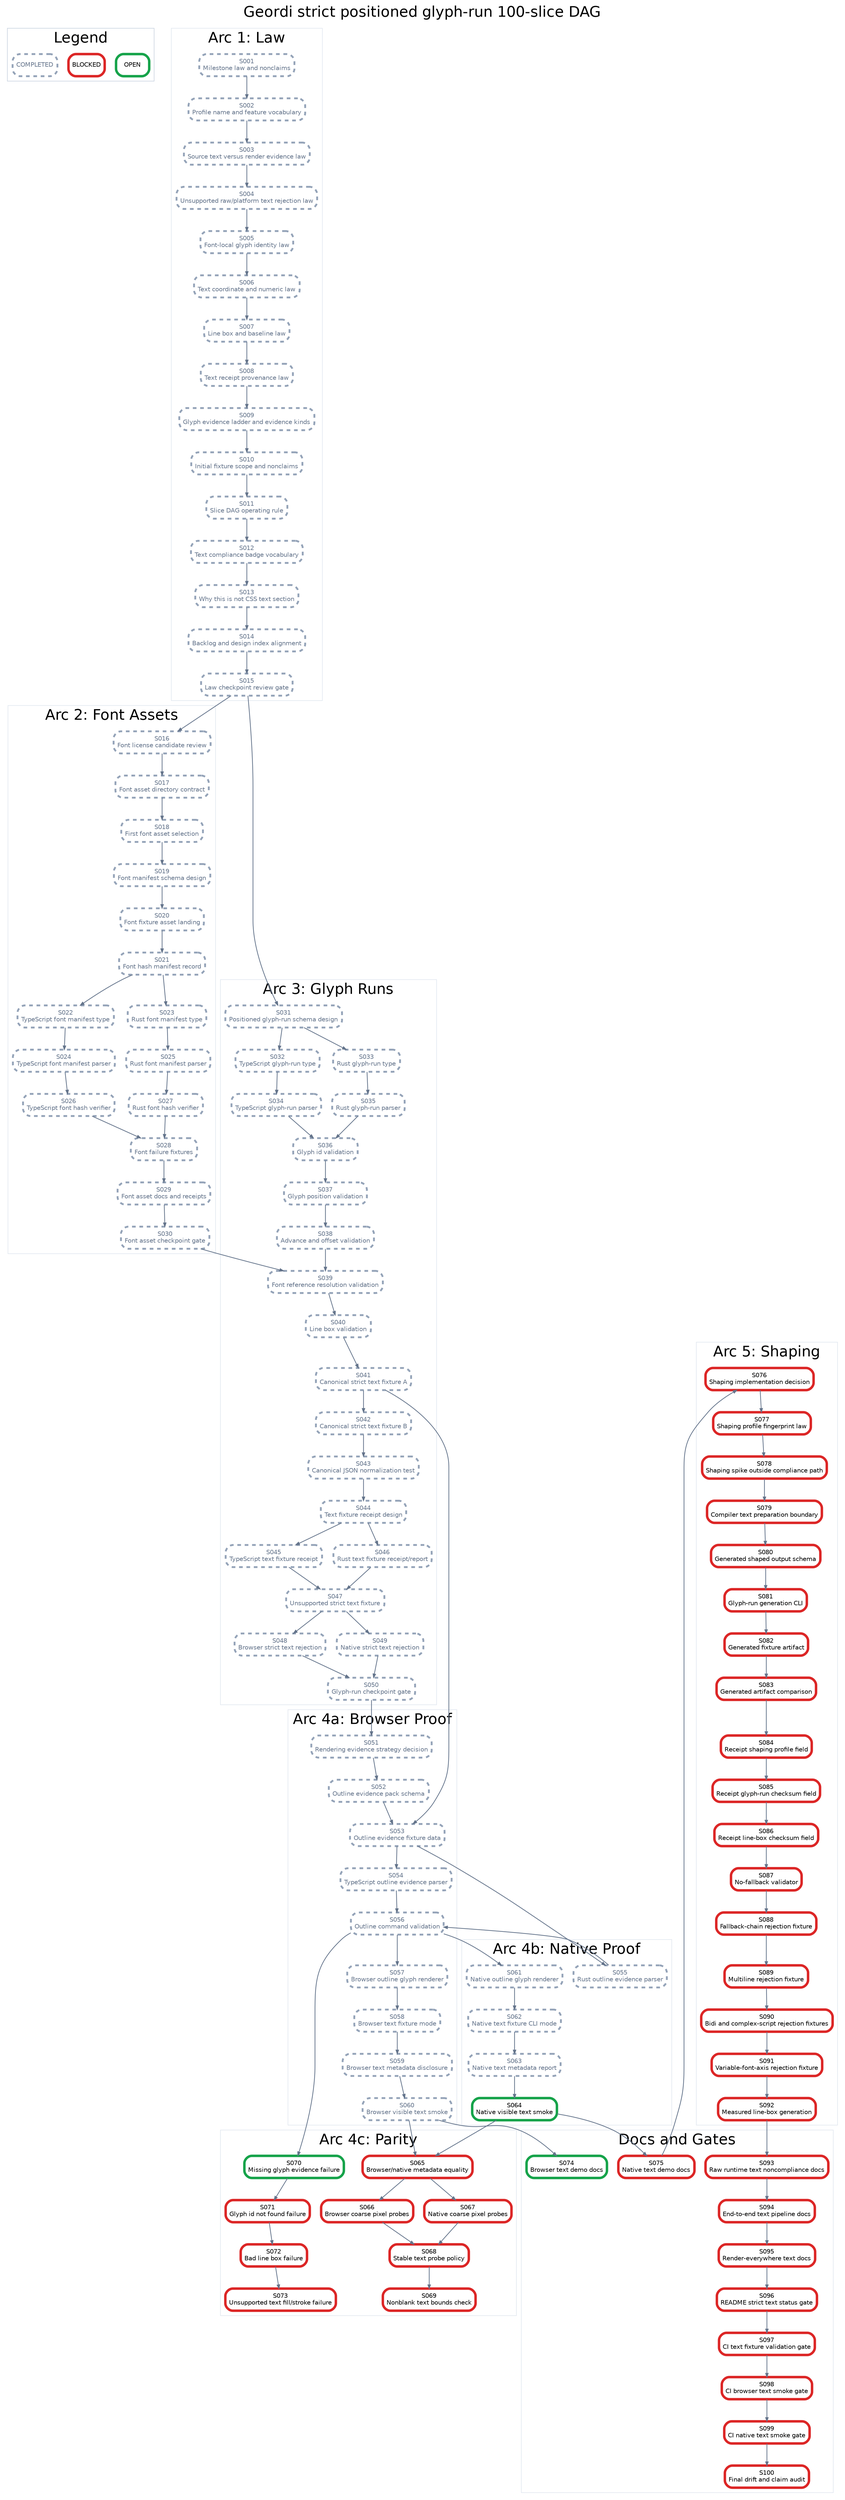
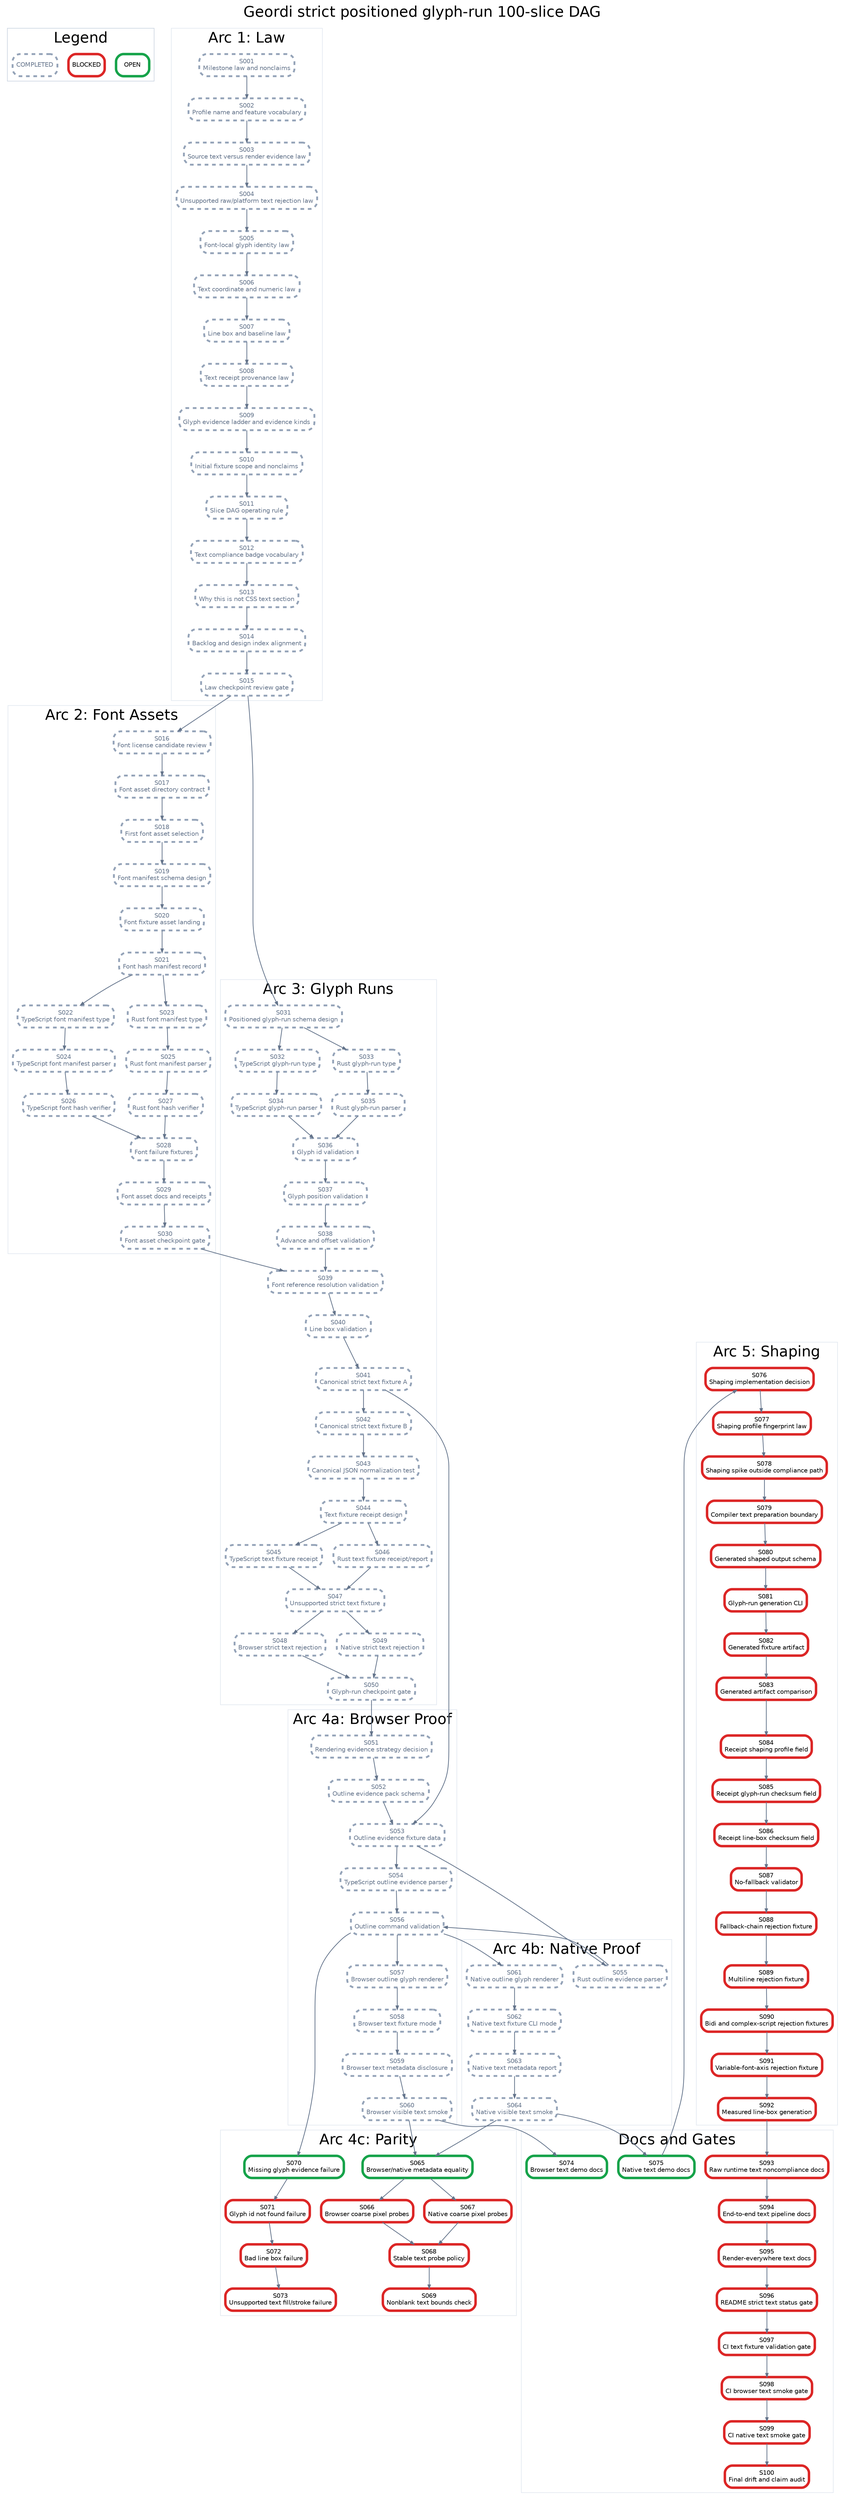
digraph StrictPositionedGlyphRunPlan {
  graph [rankdir=TB, bgcolor="white", fontname="Helvetica", label="Geordi strict positioned glyph-run 100-slice DAG", labelloc="t", fontsize=24];
  node [shape=box, style="rounded,filled", fillcolor="white", fontname="Helvetica", fontsize=10, margin="0.08,0.05"];
  edge [color="#64748b", arrowsize=0.6, penwidth=1.2];

  subgraph cluster_legend {
    label="Legend";
    color="#cbd5e1";
    legend_open [label="OPEN", color="#16a34a", penwidth=4];
    legend_blocked [label="BLOCKED", color="#dc2626", penwidth=4];
    legend_done [label="COMPLETED", color="#94a3b8", penwidth=3, style="rounded,filled,dashed", fontcolor="#64748b"];
  }

  subgraph cluster_law {
    label="Arc 1: Law";
    color="#e2e8f0";
    S001 [label="S001\nMilestone law and nonclaims", color="#94a3b8", penwidth=3, style="rounded,filled,dashed", fontcolor="#64748b"];
    S002 [label="S002\nProfile name and feature vocabulary", color="#94a3b8", penwidth=3, style="rounded,filled,dashed", fontcolor="#64748b"];
    S003 [label="S003\nSource text versus render evidence law", color="#94a3b8", penwidth=3, style="rounded,filled,dashed", fontcolor="#64748b"];
    S004 [label="S004\nUnsupported raw/platform text rejection law", color="#94a3b8", penwidth=3, style="rounded,filled,dashed", fontcolor="#64748b"];
    S005 [label="S005\nFont-local glyph identity law", color="#94a3b8", penwidth=3, style="rounded,filled,dashed", fontcolor="#64748b"];
    S006 [label="S006\nText coordinate and numeric law", color="#94a3b8", penwidth=3, style="rounded,filled,dashed", fontcolor="#64748b"];
    S007 [label="S007\nLine box and baseline law", color="#94a3b8", penwidth=3, style="rounded,filled,dashed", fontcolor="#64748b"];
    S008 [label="S008\nText receipt provenance law", color="#94a3b8", penwidth=3, style="rounded,filled,dashed", fontcolor="#64748b"];
    S009 [label="S009\nGlyph evidence ladder and evidence kinds", color="#94a3b8", penwidth=3, style="rounded,filled,dashed", fontcolor="#64748b"];
    S010 [label="S010\nInitial fixture scope and nonclaims", color="#94a3b8", penwidth=3, style="rounded,filled,dashed", fontcolor="#64748b"];
    S011 [label="S011\nSlice DAG operating rule", color="#94a3b8", penwidth=3, style="rounded,filled,dashed", fontcolor="#64748b"];
    S012 [label="S012\nText compliance badge vocabulary", color="#94a3b8", penwidth=3, style="rounded,filled,dashed", fontcolor="#64748b"];
    S013 [label="S013\nWhy this is not CSS text section", color="#94a3b8", penwidth=3, style="rounded,filled,dashed", fontcolor="#64748b"];
    S014 [label="S014\nBacklog and design index alignment", color="#94a3b8", penwidth=3, style="rounded,filled,dashed", fontcolor="#64748b"];
    S015 [label="S015\nLaw checkpoint review gate", color="#94a3b8", penwidth=3, style="rounded,filled,dashed", fontcolor="#64748b"];
  }

  subgraph cluster_assets {
    label="Arc 2: Font Assets";
    color="#e2e8f0";
    S016 [label="S016\nFont license candidate review", color="#94a3b8", penwidth=3, style="rounded,filled,dashed", fontcolor="#64748b"];
    S017 [label="S017\nFont asset directory contract", color="#94a3b8", penwidth=3, style="rounded,filled,dashed", fontcolor="#64748b"];
    S018 [label="S018\nFirst font asset selection", color="#94a3b8", penwidth=3, style="rounded,filled,dashed", fontcolor="#64748b"];
    S019 [label="S019\nFont manifest schema design", color="#94a3b8", penwidth=3, style="rounded,filled,dashed", fontcolor="#64748b"];
    S020 [label="S020\nFont fixture asset landing", color="#94a3b8", penwidth=3, style="rounded,filled,dashed", fontcolor="#64748b"];
    S021 [label="S021\nFont hash manifest record", color="#94a3b8", penwidth=3, style="rounded,filled,dashed", fontcolor="#64748b"];
    S022 [label="S022\nTypeScript font manifest type", color="#94a3b8", penwidth=3, style="rounded,filled,dashed", fontcolor="#64748b"];
    S023 [label="S023\nRust font manifest type", color="#94a3b8", penwidth=3, style="rounded,filled,dashed", fontcolor="#64748b"];
    S024 [label="S024\nTypeScript font manifest parser", color="#94a3b8", penwidth=3, style="rounded,filled,dashed", fontcolor="#64748b"];
    S025 [label="S025\nRust font manifest parser", color="#94a3b8", penwidth=3, style="rounded,filled,dashed", fontcolor="#64748b"];
    S026 [label="S026\nTypeScript font hash verifier", color="#94a3b8", penwidth=3, style="rounded,filled,dashed", fontcolor="#64748b"];
    S027 [label="S027\nRust font hash verifier", color="#94a3b8", penwidth=3, style="rounded,filled,dashed", fontcolor="#64748b"];
    S028 [label="S028\nFont failure fixtures", color="#94a3b8", penwidth=3, style="rounded,filled,dashed", fontcolor="#64748b"];
    S029 [label="S029\nFont asset docs and receipts", color="#94a3b8", penwidth=3, style="rounded,filled,dashed", fontcolor="#64748b"];
    S030 [label="S030\nFont asset checkpoint gate", color="#94a3b8", penwidth=3, style="rounded,filled,dashed", fontcolor="#64748b"];
  }

  subgraph cluster_glyph {
    label="Arc 3: Glyph Runs";
    color="#e2e8f0";
    S031 [label="S031\nPositioned glyph-run schema design", color="#94a3b8", penwidth=3, style="rounded,filled,dashed", fontcolor="#64748b"];
    S032 [label="S032\nTypeScript glyph-run type", color="#94a3b8", penwidth=3, style="rounded,filled,dashed", fontcolor="#64748b"];
    S033 [label="S033\nRust glyph-run type", color="#94a3b8", penwidth=3, style="rounded,filled,dashed", fontcolor="#64748b"];
    S034 [label="S034\nTypeScript glyph-run parser", color="#94a3b8", penwidth=3, style="rounded,filled,dashed", fontcolor="#64748b"];
    S035 [label="S035\nRust glyph-run parser", color="#94a3b8", penwidth=3, style="rounded,filled,dashed", fontcolor="#64748b"];
    S036 [label="S036\nGlyph id validation", color="#94a3b8", penwidth=3, style="rounded,filled,dashed", fontcolor="#64748b"];
    S037 [label="S037\nGlyph position validation", color="#94a3b8", penwidth=3, style="rounded,filled,dashed", fontcolor="#64748b"];
    S038 [label="S038\nAdvance and offset validation", color="#94a3b8", penwidth=3, style="rounded,filled,dashed", fontcolor="#64748b"];
    S039 [label="S039\nFont reference resolution validation", color="#94a3b8", penwidth=3, style="rounded,filled,dashed", fontcolor="#64748b"];
    S040 [label="S040\nLine box validation", color="#94a3b8", penwidth=3, style="rounded,filled,dashed", fontcolor="#64748b"];
    S041 [label="S041\nCanonical strict text fixture A", color="#94a3b8", penwidth=3, style="rounded,filled,dashed", fontcolor="#64748b"];
    S042 [label="S042\nCanonical strict text fixture B", color="#94a3b8", penwidth=3, style="rounded,filled,dashed", fontcolor="#64748b"];
    S043 [label="S043\nCanonical JSON normalization test", color="#94a3b8", penwidth=3, style="rounded,filled,dashed", fontcolor="#64748b"];
    S044 [label="S044\nText fixture receipt design", color="#94a3b8", penwidth=3, style="rounded,filled,dashed", fontcolor="#64748b"];
    S045 [label="S045\nTypeScript text fixture receipt", color="#94a3b8", penwidth=3, style="rounded,filled,dashed", fontcolor="#64748b"];
    S046 [label="S046\nRust text fixture receipt/report", color="#94a3b8", penwidth=3, style="rounded,filled,dashed", fontcolor="#64748b"];
    S047 [label="S047\nUnsupported strict text fixture", color="#94a3b8", penwidth=3, style="rounded,filled,dashed", fontcolor="#64748b"];
    S048 [label="S048\nBrowser strict text rejection", color="#94a3b8", penwidth=3, style="rounded,filled,dashed", fontcolor="#64748b"];
    S049 [label="S049\nNative strict text rejection", color="#94a3b8", penwidth=3, style="rounded,filled,dashed", fontcolor="#64748b"];
    S050 [label="S050\nGlyph-run checkpoint gate", color="#94a3b8", penwidth=3, style="rounded,filled,dashed", fontcolor="#64748b"];
  }

  subgraph cluster_browser {
    label="Arc 4a: Browser Proof";
    color="#e2e8f0";
    S051 [label="S051\nRendering evidence strategy decision", color="#94a3b8", penwidth=3, style="rounded,filled,dashed", fontcolor="#64748b"];
    S052 [label="S052\nOutline evidence pack schema", color="#94a3b8", penwidth=3, style="rounded,filled,dashed", fontcolor="#64748b"];
    S053 [label="S053\nOutline evidence fixture data", color="#94a3b8", penwidth=3, style="rounded,filled,dashed", fontcolor="#64748b"];
    S054 [label="S054\nTypeScript outline evidence parser", color="#94a3b8", penwidth=3, style="rounded,filled,dashed", fontcolor="#64748b"];
    S056 [label="S056\nOutline command validation", color="#94a3b8", penwidth=3, style="rounded,filled,dashed", fontcolor="#64748b"];
    S057 [label="S057\nBrowser outline glyph renderer", color="#94a3b8", penwidth=3, style="rounded,filled,dashed", fontcolor="#64748b"];
    S058 [label="S058\nBrowser text fixture mode", color="#94a3b8", penwidth=3, style="rounded,filled,dashed", fontcolor="#64748b"];
    S059 [label="S059\nBrowser text metadata disclosure", color="#94a3b8", penwidth=3, style="rounded,filled,dashed", fontcolor="#64748b"];
    S060 [label="S060\nBrowser visible text smoke", color="#94a3b8", penwidth=3, style="rounded,filled,dashed", fontcolor="#64748b"];
  }

  subgraph cluster_native {
    label="Arc 4b: Native Proof";
    color="#e2e8f0";
    S055 [label="S055\nRust outline evidence parser", color="#94a3b8", penwidth=3, style="rounded,filled,dashed", fontcolor="#64748b"];
    S061 [label="S061\nNative outline glyph renderer", color="#94a3b8", penwidth=3, style="rounded,filled,dashed", fontcolor="#64748b"];
    S062 [label="S062\nNative text fixture CLI mode", color="#94a3b8", penwidth=3, style="rounded,filled,dashed", fontcolor="#64748b"];
    S063 [label="S063\nNative text metadata report", color="#94a3b8", penwidth=3, style="rounded,filled,dashed", fontcolor="#64748b"];
-     S064 [label="S064\nNative visible text smoke", color="#16a34a", penwidth=4];
+     S064 [label="S064\nNative visible text smoke", color="#94a3b8", penwidth=3, style="rounded,filled,dashed", fontcolor="#64748b"];
  }

  subgraph cluster_parity {
    label="Arc 4c: Parity";
    color="#e2e8f0";
-     S065 [label="S065\nBrowser/native metadata equality", color="#dc2626", penwidth=4];
+     S065 [label="S065\nBrowser/native metadata equality", color="#16a34a", penwidth=4];
    S066 [label="S066\nBrowser coarse pixel probes", color="#dc2626", penwidth=4];
    S067 [label="S067\nNative coarse pixel probes", color="#dc2626", penwidth=4];
    S068 [label="S068\nStable text probe policy", color="#dc2626", penwidth=4];
    S069 [label="S069\nNonblank text bounds check", color="#dc2626", penwidth=4];
    S070 [label="S070\nMissing glyph evidence failure", color="#16a34a", penwidth=4];
    S071 [label="S071\nGlyph id not found failure", color="#dc2626", penwidth=4];
    S072 [label="S072\nBad line box failure", color="#dc2626", penwidth=4];
    S073 [label="S073\nUnsupported text fill/stroke failure", color="#dc2626", penwidth=4];
  }

  subgraph cluster_shaping {
    label="Arc 5: Shaping";
    color="#e2e8f0";
    S076 [label="S076\nShaping implementation decision", color="#dc2626", penwidth=4];
    S077 [label="S077\nShaping profile fingerprint law", color="#dc2626", penwidth=4];
    S078 [label="S078\nShaping spike outside compliance path", color="#dc2626", penwidth=4];
    S079 [label="S079\nCompiler text preparation boundary", color="#dc2626", penwidth=4];
    S080 [label="S080\nGenerated shaped output schema", color="#dc2626", penwidth=4];
    S081 [label="S081\nGlyph-run generation CLI", color="#dc2626", penwidth=4];
    S082 [label="S082\nGenerated fixture artifact", color="#dc2626", penwidth=4];
    S083 [label="S083\nGenerated artifact comparison", color="#dc2626", penwidth=4];
    S084 [label="S084\nReceipt shaping profile field", color="#dc2626", penwidth=4];
    S085 [label="S085\nReceipt glyph-run checksum field", color="#dc2626", penwidth=4];
    S086 [label="S086\nReceipt line-box checksum field", color="#dc2626", penwidth=4];
    S087 [label="S087\nNo-fallback validator", color="#dc2626", penwidth=4];
    S088 [label="S088\nFallback-chain rejection fixture", color="#dc2626", penwidth=4];
    S089 [label="S089\nMultiline rejection fixture", color="#dc2626", penwidth=4];
    S090 [label="S090\nBidi and complex-script rejection fixtures", color="#dc2626", penwidth=4];
    S091 [label="S091\nVariable-font-axis rejection fixture", color="#dc2626", penwidth=4];
    S092 [label="S092\nMeasured line-box generation", color="#dc2626", penwidth=4];
  }

  subgraph cluster_docs {
    label="Docs and Gates";
    color="#e2e8f0";
    S074 [label="S074\nBrowser text demo docs", color="#16a34a", penwidth=4];
-     S075 [label="S075\nNative text demo docs", color="#dc2626", penwidth=4];
+     S075 [label="S075\nNative text demo docs", color="#16a34a", penwidth=4];
    S093 [label="S093\nRaw runtime text noncompliance docs", color="#dc2626", penwidth=4];
    S094 [label="S094\nEnd-to-end text pipeline docs", color="#dc2626", penwidth=4];
    S095 [label="S095\nRender-everywhere text docs", color="#dc2626", penwidth=4];
    S096 [label="S096\nREADME strict text status gate", color="#dc2626", penwidth=4];
    S097 [label="S097\nCI text fixture validation gate", color="#dc2626", penwidth=4];
    S098 [label="S098\nCI browser text smoke gate", color="#dc2626", penwidth=4];
    S099 [label="S099\nCI native text smoke gate", color="#dc2626", penwidth=4];
    S100 [label="S100\nFinal drift and claim audit", color="#dc2626", penwidth=4];
  }

  S001 -> S002;
  S002 -> S003;
  S003 -> S004;
  S004 -> S005;
  S005 -> S006;
  S006 -> S007;
  S007 -> S008;
  S008 -> S009;
  S009 -> S010;
  S010 -> S011;
  S011 -> S012;
  S012 -> S013;
  S013 -> S014;
  S014 -> S015;
  S015 -> S016;
  S016 -> S017;
  S017 -> S018;
  S018 -> S019;
  S019 -> S020;
  S020 -> S021;
  S021 -> S022;
  S021 -> S023;
  S022 -> S024;
  S023 -> S025;
  S024 -> S026;
  S025 -> S027;
  S026 -> S028;
  S027 -> S028;
  S028 -> S029;
  S029 -> S030;
  S015 -> S031;
  S031 -> S032;
  S031 -> S033;
  S032 -> S034;
  S033 -> S035;
  S034 -> S036;
  S035 -> S036;
  S036 -> S037;
  S037 -> S038;
  S038 -> S039;
  S039 -> S040;
  S030 -> S039;
  S040 -> S041;
  S041 -> S042;
  S042 -> S043;
  S043 -> S044;
  S044 -> S045;
  S044 -> S046;
  S045 -> S047;
  S046 -> S047;
  S047 -> S048;
  S047 -> S049;
  S048 -> S050;
  S049 -> S050;
  S050 -> S051;
  S051 -> S052;
  S052 -> S053;
  S041 -> S053;
  S053 -> S054;
  S053 -> S055;
  S054 -> S056;
  S055 -> S056;
  S056 -> S057;
  S057 -> S058;
  S058 -> S059;
  S059 -> S060;
  S056 -> S061;
  S061 -> S062;
  S062 -> S063;
  S063 -> S064;
  S060 -> S065;
  S064 -> S065;
  S065 -> S066;
  S065 -> S067;
  S066 -> S068;
  S067 -> S068;
  S068 -> S069;
  S056 -> S070;
  S070 -> S071;
  S071 -> S072;
  S072 -> S073;
  S060 -> S074;
  S064 -> S075;
  S075 -> S076;
  S076 -> S077;
  S077 -> S078;
  S078 -> S079;
  S079 -> S080;
  S080 -> S081;
  S081 -> S082;
  S082 -> S083;
  S083 -> S084;
  S084 -> S085;
  S085 -> S086;
  S086 -> S087;
  S087 -> S088;
  S088 -> S089;
  S089 -> S090;
  S090 -> S091;
  S091 -> S092;
  S092 -> S093;
  S093 -> S094;
  S094 -> S095;
  S095 -> S096;
  S096 -> S097;
  S097 -> S098;
  S098 -> S099;
  S099 -> S100;
}
